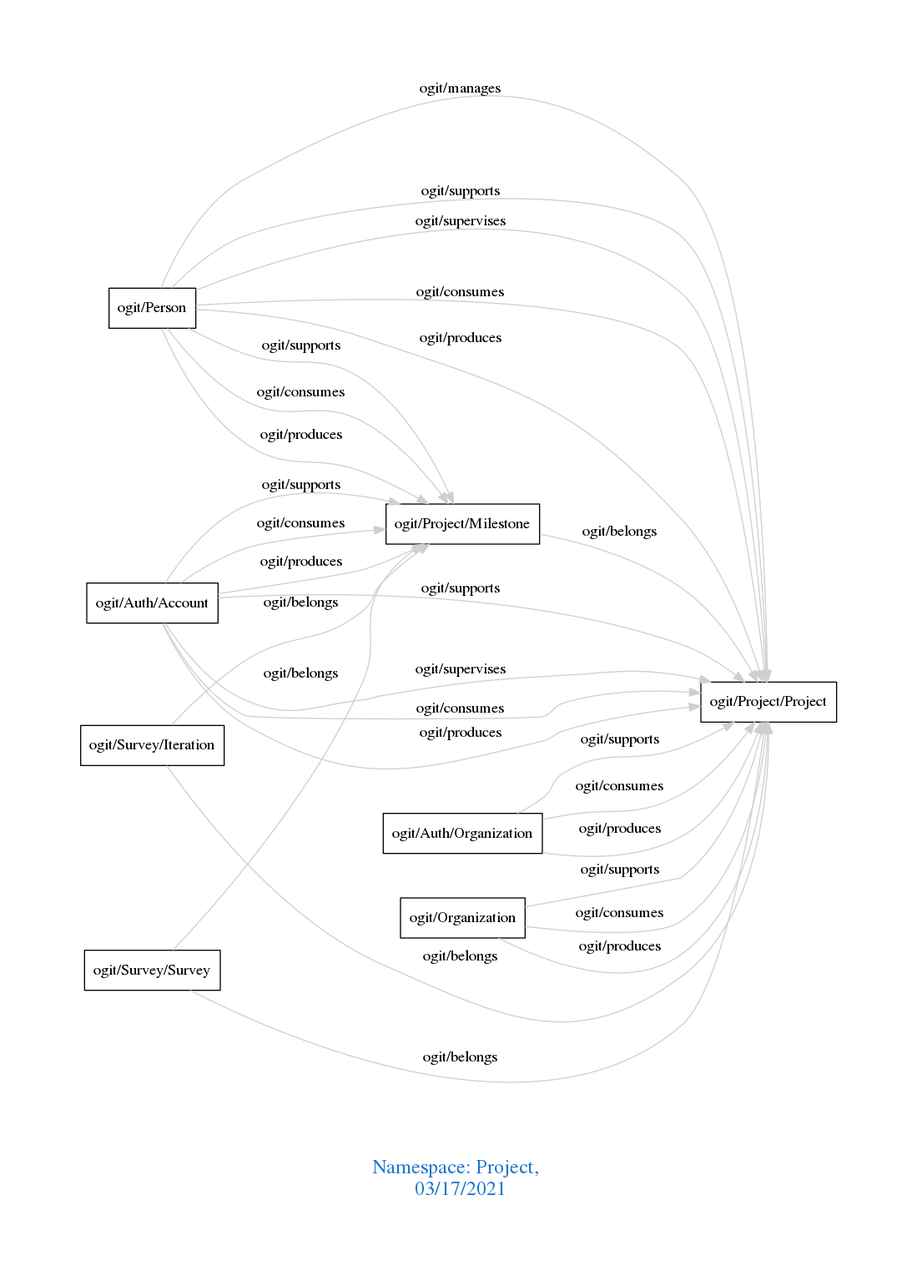
Earlier version of the Graphviz export downloads/Project.png (arago/OGIT). Its source is kept beside it as downloads/Project.dot.
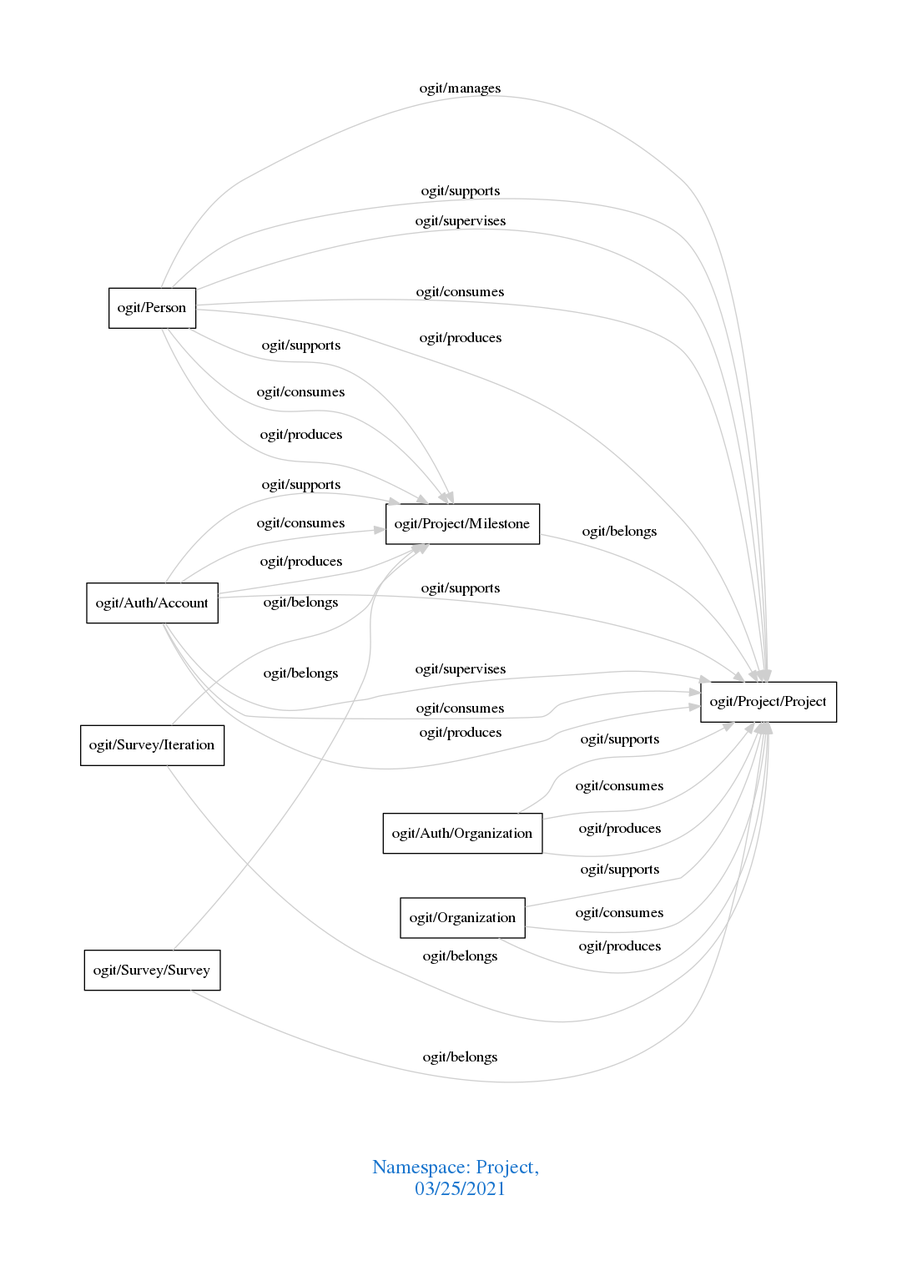
Later version of the same file.

Change to the diagram source:
```diff
@@ -1,7 +1,7 @@
 digraph OGIT_ontology {
  graph [ rankdir= LR,pad=1
 fontsize = 18,
-fontcolor= dodgerblue3,label = "\n\n\nNamespace: Project, \n 03/17/2021"];
+fontcolor= dodgerblue3,label = "\n\n\nNamespace: Project, \n 03/25/2021"];
 node[shape=polygon];
 edge [  color="gray81"];
 
```
